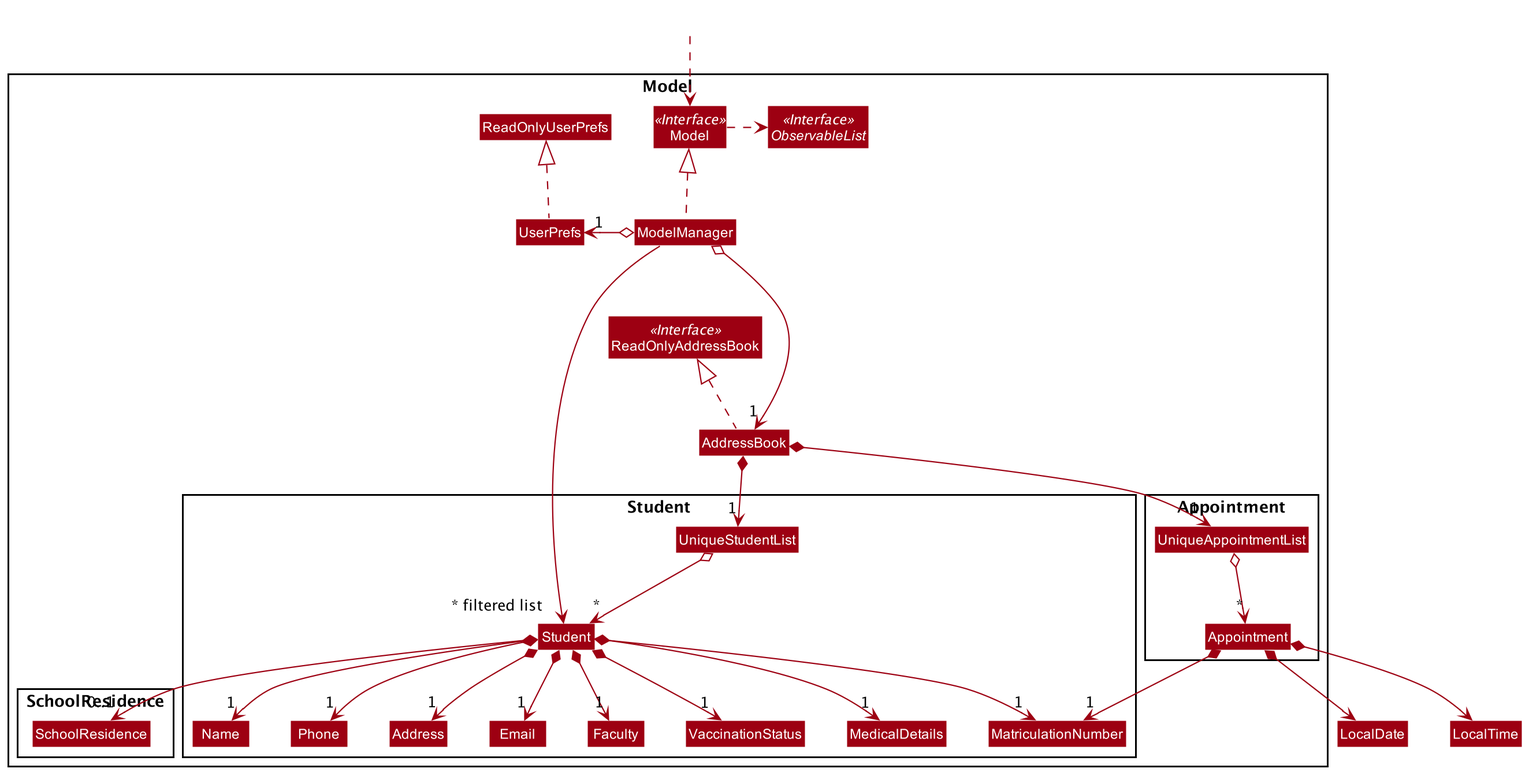
Earlier version of the PlantUML export docs/images/ModelClassDiagram.png (nus-cs2103-AY2021S2/tp).
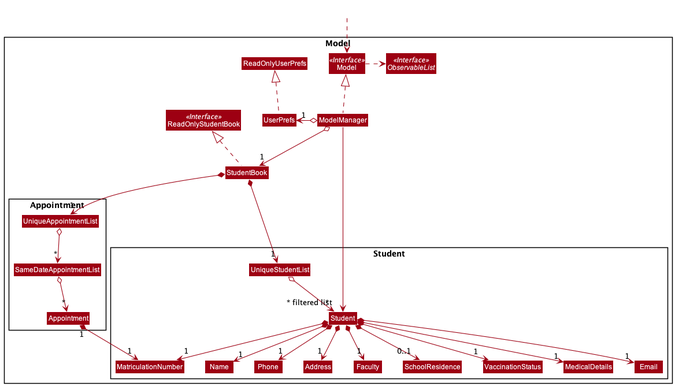
Later version of the same file.

Commit message:
Update model class diagram

Change to the diagram source:
```diff
@@ -5,11 +5,11 @@
 skinparam classBackgroundColor MODEL_COLOR
 
 Package Model <<Rectangle>>{
-Interface ReadOnlyAddressBook <<Interface>>
+Interface ReadOnlyStudentBook <<Interface>>
 Interface Model <<Interface>>
 Interface ObservableList <<Interface>>
-Class AddressBook
-Class ReadOnlyAddressBook
+Class StudentBook
+Class ReadOnlyStudentBook
 Class Model
 Class ModelManager
 Class UserPrefs
@@ -19,6 +19,7 @@
 Class Student
 Class MatriculationNumber
 Class Faculty
+Class SchoolResidence
 Class Address
 Class Email
 Class Name
@@ -30,31 +31,28 @@
 
 Package Appointment {
 Class Appointment
+Class SameDateAppointmentList
 Class UniqueAppointmentList
 }
 
-Package SchoolResidence {
-Class SchoolResidence
 }
-}
-
-
 
 Class HiddenOutside #FFFFFF
 HiddenOutside ..> Model
 
-AddressBook .up.|> ReadOnlyAddressBook
+StudentBook .up.|> ReadOnlyStudentBook
 
 ModelManager .up.|> Model
 Model .right.> ObservableList
-ModelManager o--> "1" AddressBook
+ModelManager o--> "1" StudentBook
 ModelManager o-left-> "1" UserPrefs
 UserPrefs .up.|> ReadOnlyUserPrefs
 
-AddressBook *--> "1" UniqueStudentList
-AddressBook *--> "1" UniqueAppointmentList
+StudentBook *--> "1" UniqueStudentList
+StudentBook *--> "1" UniqueAppointmentList
 UniqueStudentList o--> "*" Student
-UniqueAppointmentList o--> "*" Appointment
+UniqueAppointmentList o--> "*" SameDateAppointmentList
+SameDateAppointmentList o--> "*" Appointment
 Student *--> "1" Name
 Student *--> "1" MatriculationNumber
 Student *--> "1" Faculty
@@ -64,9 +62,7 @@
 Student *--> "1" VaccinationStatus
 Student *--> "1" MedicalDetails
 Student *--> "0..1" SchoolResidence
-Appointment *--> "1" MatriculationNumber
-Appointment *--> LocalDate
-Appointment *--> LocalTime
+Appointment "1" *--> "1" MatriculationNumber
 
 Name -[hidden]right-> Phone
 Phone -[hidden]right-> Address
```
